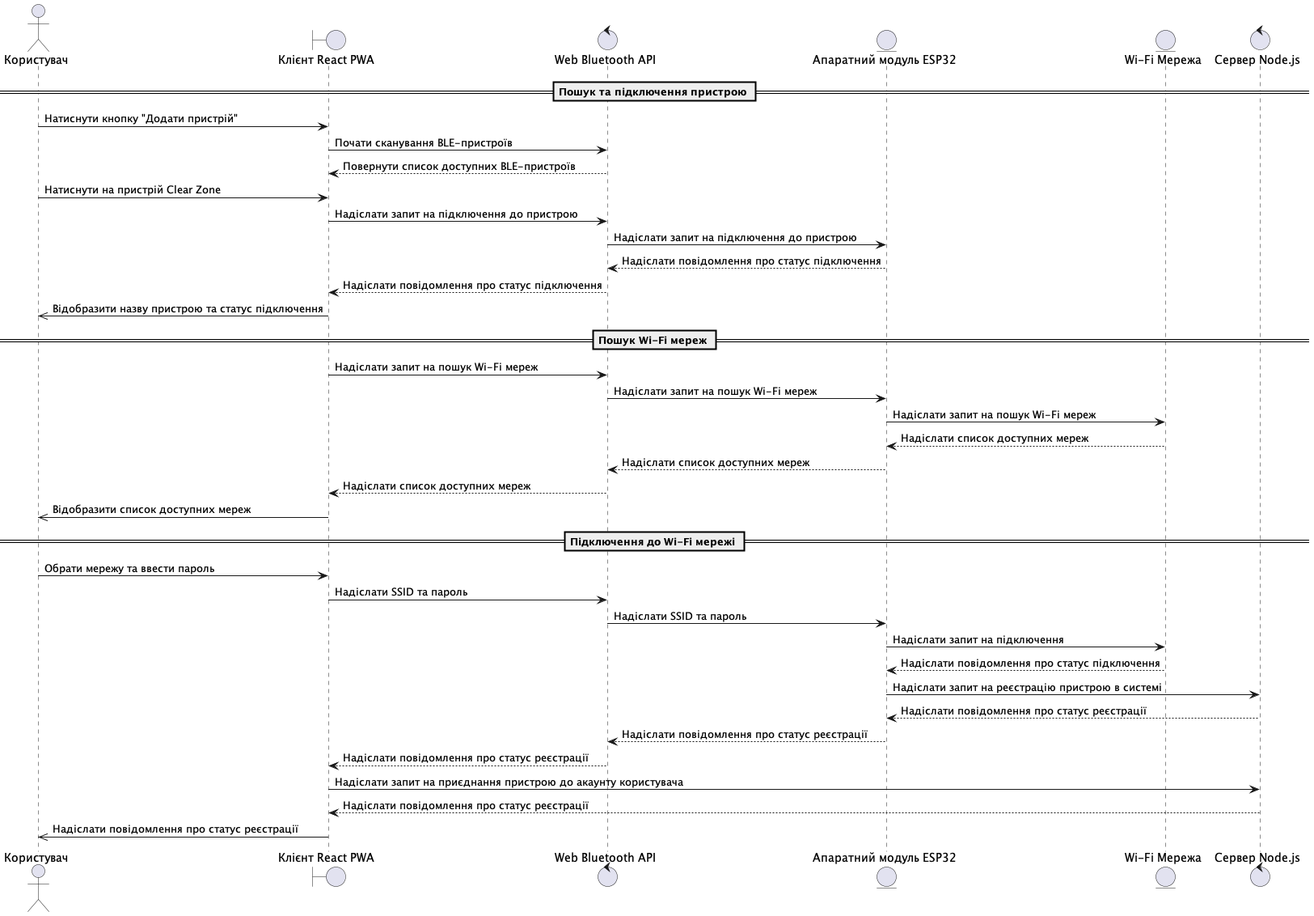
Before: out/architecture/sequence/sequence.png, a diagram exported from PlantUML (vitaliyoliynykk/clear-zone-api). Source of this version:
```plantuml
@startuml

actor Користувач
boundary "Клієнт React PWA" as Client
control "Web Bluetooth API" as WebAPI
entity "Апаратний модуль ESP32" as ESP
entity "Wi-Fi Мережа" as WiFi
control "Сервер Node.js" as Server

== Пошук та підключення пристрою ==
Користувач -> Client : Натиснути кнопку "Додати пристрій"
Client -> WebAPI : Почати сканування BLE-пристроїв
WebAPI --> Client : Повернути список доступних BLE-пристроїв
Користувач -> Client : Натиснути на пристрій Clear Zone
Client -> WebAPI : Надіслати запит на підключення до пристрою
WebAPI -> ESP : Надіслати запит на підключення до пристрою
ESP --> WebAPI : Надіслати повідомлення про статус підключення
WebAPI --> Client : Надіслати повідомлення про статус підключення
Client ->> Користувач : Відобразити назву пристрою та статус підключення

== Пошук Wi-Fi мереж ==
Client -> WebAPI : Надіслати запит на пошук Wi-Fi мереж
WebAPI -> ESP : Надіслати запит на пошук Wi-Fi мереж
ESP -> WiFi : Надіслати запит на пошук Wi-Fi мереж
WiFi --> ESP : Надіслати список доступних мереж
ESP --> WebAPI : Надіслати список доступних мереж
WebAPI --> Client : Надіслати список доступних мереж
Client ->> Користувач : Відобразити список доступних мереж

== Підключення до Wi-Fi мережі ==
Користувач -> Client : Обрати мережу та ввести пароль
Client -> WebAPI : Надіслати SSID та пароль
WebAPI -> ESP : Надіслати SSID та пароль
ESP -> WiFi : Надіслати запит на підключення
WiFi --> ESP : Надіслати повідомлення про статус підключення
ESP -> Server : Надіслати запит на реєстрацію пристрою в системі
Server --> ESP : Надіслати повідомлення про статус реєстрації
ESP --> WebAPI : Надіслати повідомлення про статус реєстрації
WebAPI --> Client :  Надіслати повідомлення про статус реєстрації
Client -> Server :  Надіслати запит на приєднання пристрою до акаунту користувача
Server --> Client :   Надіслати повідомлення про статус реєстрації
Client ->> Користувач :   Надіслати повідомлення про статус реєстрації
@enduml
```
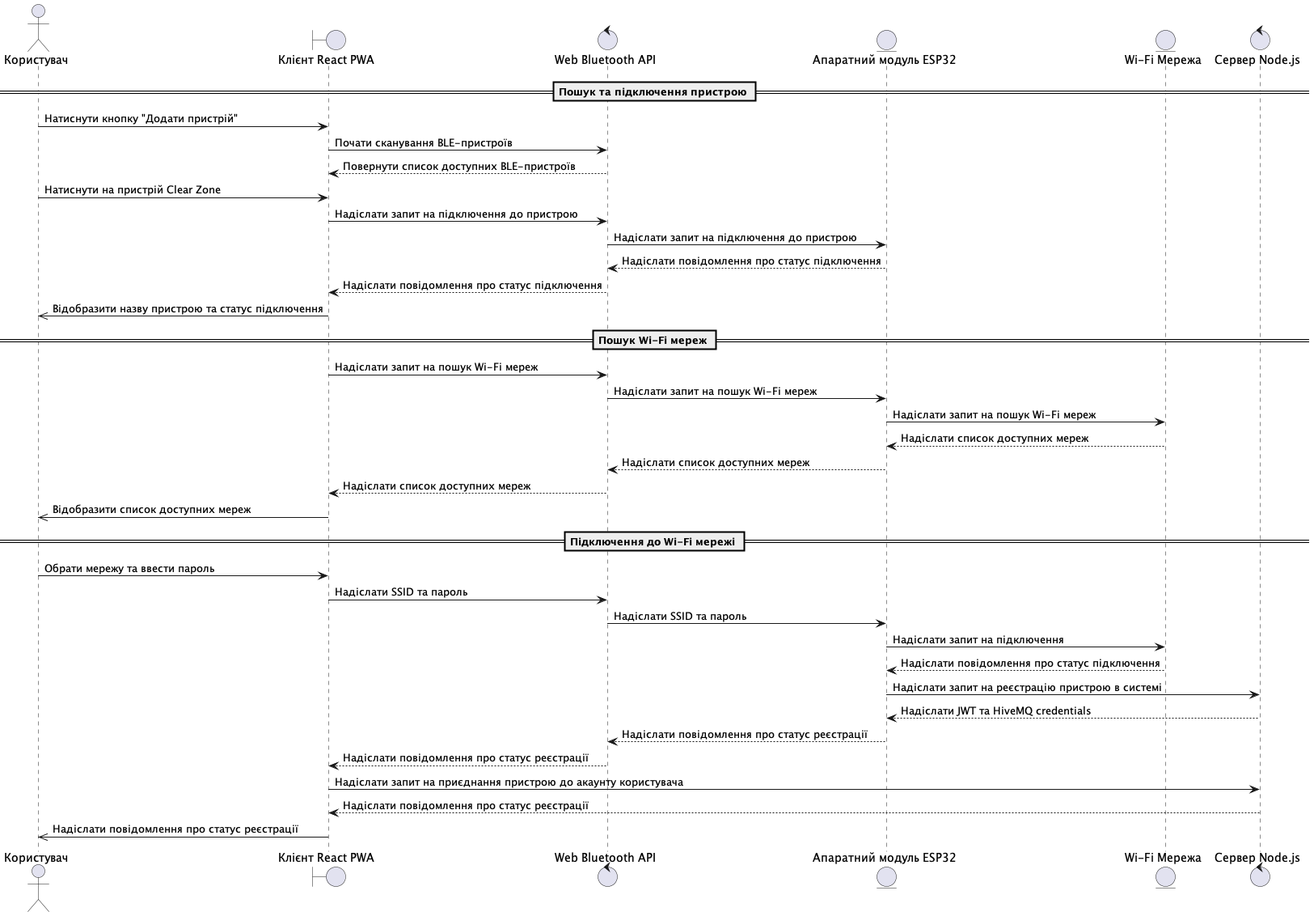
Above is the later version.

Diff of the diagram source:
```diff
@@ -34,7 +34,7 @@
 ESP -> WiFi : Надіслати запит на підключення
 WiFi --> ESP : Надіслати повідомлення про статус підключення
 ESP -> Server : Надіслати запит на реєстрацію пристрою в системі
-Server --> ESP : Надіслати повідомлення про статус реєстрації
+Server --> ESP : Надіслати JWT та HiveMQ credentials
 ESP --> WebAPI : Надіслати повідомлення про статус реєстрації
 WebAPI --> Client :  Надіслати повідомлення про статус реєстрації
 Client -> Server :  Надіслати запит на приєднання пристрою до акаунту користувача
```
